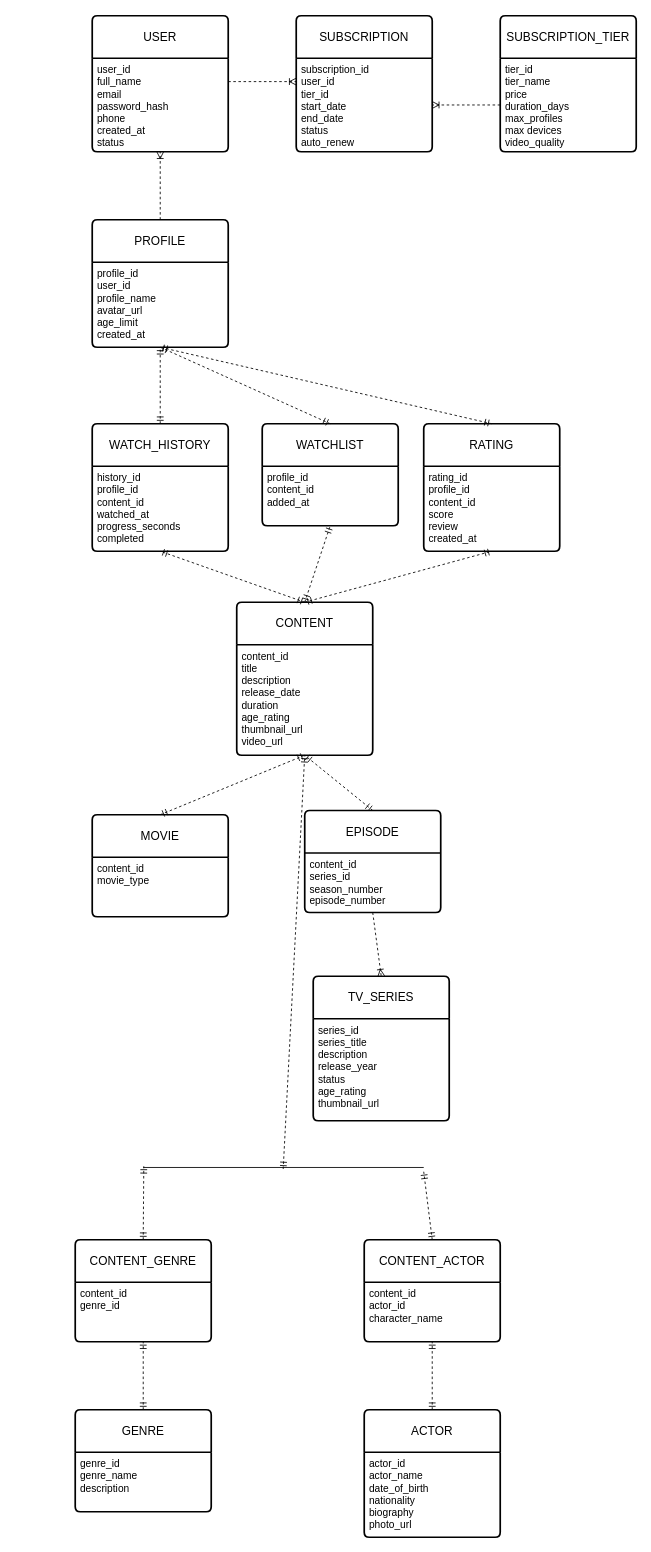
The draw.io diagram docs/mini-netflix.drawio in hnam61617-art/mini-netflix, before the edit. Source tidied: cells renumbered, new cells numbered last; positions are measured from the earlier drawing's top-left corner, leaving out a move shared by most shapes. Both pictures are drawn from the tidied source at 85%, with x=0, y=0 at pixel (75, 15).
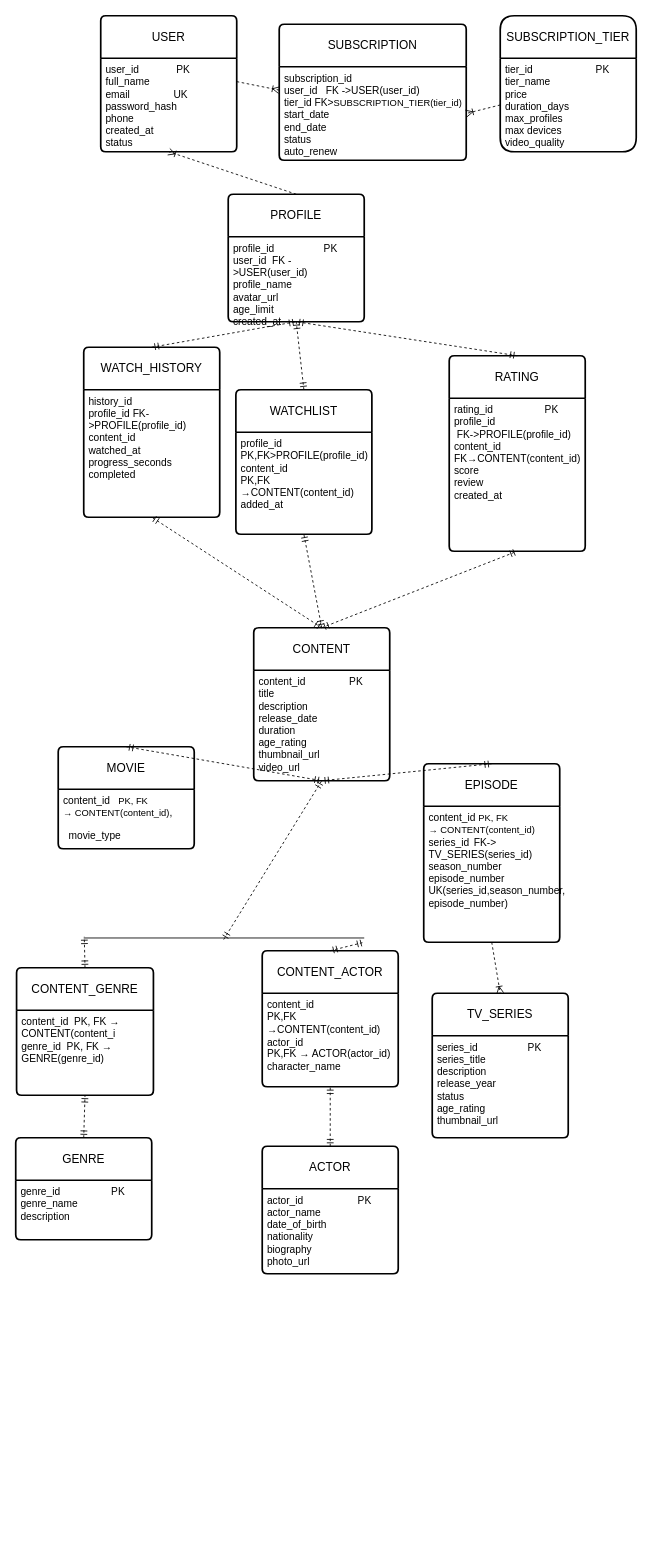
After the change.

Change to the diagram source:
```diff
@@
-    <mxCell id="3" value="SUBSCRIPTION_TIER" style="swimlane;horizontal=1;startSize=50;rounded=1;fontSize=14;fontStyle=0;strokeWidth=2;shadow=0;dashed=0;align=center;arcSize=4;whiteSpace=wrap;html=1;" parent="1" vertex="1">
+    <mxCell id="3" value="SUBSCRIPTION_TIER" style="swimlane;horizontal=1;startSize=50;rounded=1;fontSize=14;fontStyle=0;strokeWidth=2;shadow=0;dashed=0;align=center;arcSize=11;whiteSpace=wrap;html=1;" parent="1" vertex="1">
       <mxGeometry x="500" width="160" height="160" as="geometry" />
     </mxCell>
-    <mxCell id="4" value="tier_id&lt;div&gt;tier_name&lt;/div&gt;&lt;div&gt;price&lt;/div&gt;&lt;div&gt;duration_days&lt;/div&gt;&lt;div&gt;max_profiles&lt;/div&gt;&lt;div&gt;max devices&lt;/div&gt;&lt;div&gt;video_quality&lt;/div&gt;" style="align=left;strokeColor=none;fillColor=none;spacingLeft=4;spacingRight=4;fontSize=12;verticalAlign=top;html=1;whiteSpace=wrap;" parent="3" vertex="1">
+    <mxCell id="4" value="tier_id&lt;span style=&quot;white-space: pre;&quot;&gt;&#9;&lt;/span&gt;&lt;span style=&quot;white-space: pre;&quot;&gt;&#9;&lt;/span&gt;&lt;span style=&quot;white-space: pre;&quot;&gt;&#9;&lt;/span&gt;PK&lt;div&gt;tier_name&lt;/div&gt;&lt;div&gt;price&lt;/div&gt;&lt;div&gt;duration_days&lt;/div&gt;&lt;div&gt;max_profiles&lt;/div&gt;&lt;div&gt;max devices&lt;/div&gt;&lt;div&gt;video_quality&lt;/div&gt;" style="align=left;strokeColor=none;fillColor=none;spacingLeft=4;spacingRight=4;fontSize=12;verticalAlign=top;html=1;whiteSpace=wrap;" parent="3" vertex="1">
       <mxGeometry y="50" width="160" height="110" as="geometry" />
     </mxCell>
@@
     <mxCell id="6" value="SUBSCRIPTION" style="swimlane;horizontal=1;startSize=50;rounded=1;fontSize=14;fontStyle=0;strokeWidth=2;shadow=0;dashed=0;align=center;arcSize=4;whiteSpace=wrap;html=1;" parent="1" vertex="1">
-      <mxGeometry x="260" width="160" height="160" as="geometry" />
+      <mxGeometry x="240" y="10" width="220" height="160" as="geometry" />
     </mxCell>
-    <mxCell id="7" value="subscription_id&lt;div&gt;user_id&lt;/div&gt;&lt;div&gt;tier_id&lt;/div&gt;&lt;div&gt;start_date&lt;/div&gt;&lt;div&gt;end_date&lt;/div&gt;&lt;div&gt;status&lt;/div&gt;&lt;div&gt;auto_renew&lt;/div&gt;" style="align=left;strokeColor=none;fillColor=none;spacingLeft=4;spacingRight=4;fontSize=12;verticalAlign=top;html=1;whiteSpace=wrap;" parent="6" vertex="1">
-      <mxGeometry y="50" width="160" height="110" as="geometry" />
+    <mxCell id="7" value="subscription_id&lt;div&gt;user_id&amp;nbsp; &amp;nbsp;&lt;span style=&quot;background-color: transparent; color: light-dark(rgb(0, 0, 0), rgb(255, 255, 255));&quot;&gt;FK -&amp;gt;&lt;/span&gt;&lt;span style=&quot;background-color: transparent; color: light-dark(rgb(0, 0, 0), rgb(255, 255, 255)); font-family: Calibri, sans-serif;&quot;&gt;USER(user_id)&lt;/span&gt;&lt;/div&gt;&lt;div&gt;tier_id FK&amp;gt;&lt;span style=&quot;text-align: center; background-color: transparent; color: light-dark(rgb(0, 0, 0), rgb(255, 255, 255));&quot;&gt;&lt;font style=&quot;font-size: 11px;&quot;&gt;SUBSCRIPTION_TIER(tier_id)&lt;/font&gt;&lt;/span&gt;&lt;/div&gt;&lt;div&gt;start_date&lt;/div&gt;&lt;div&gt;end_date&lt;/div&gt;&lt;div&gt;status&lt;/div&gt;&lt;div&gt;auto_renew&lt;/div&gt;" style="align=left;strokeColor=none;fillColor=none;spacingLeft=4;spacingRight=4;fontSize=12;verticalAlign=top;html=1;whiteSpace=wrap;" parent="6" vertex="1">
+      <mxGeometry y="50" width="220" height="110" as="geometry" />
     </mxCell>
     <mxCell id="8" value="USER" style="swimlane;horizontal=1;startSize=50;rounded=1;fontSize=14;fontStyle=0;strokeWidth=2;shadow=0;dashed=0;align=center;arcSize=4;whiteSpace=wrap;html=1;" parent="1" vertex="1">
-      <mxGeometry x="20" width="160" height="160" as="geometry" />
+      <mxGeometry x="30" width="160" height="160" as="geometry" />
     </mxCell>
-    <mxCell id="9" value="user_id&lt;div&gt;full_name&lt;/div&gt;&lt;div&gt;email&lt;/div&gt;&lt;div&gt;password_hash&lt;/div&gt;&lt;div&gt;phone&lt;/div&gt;&lt;div&gt;created_at&lt;/div&gt;&lt;div&gt;status&lt;/div&gt;" style="align=left;strokeColor=none;fillColor=none;spacingLeft=4;spacingRight=4;fontSize=12;verticalAlign=top;html=1;whiteSpace=wrap;dashed=1;" parent="8" vertex="1">
+    <mxCell id="9" value="user_id&amp;nbsp; &amp;nbsp; &amp;nbsp;&lt;span style=&quot;white-space: pre;&quot;&gt;&#9;&lt;/span&gt; PK&lt;div&gt;full_name&lt;/div&gt;&lt;div&gt;email&lt;span style=&quot;white-space: pre;&quot;&gt;&#9;&lt;/span&gt;&lt;span style=&quot;white-space: pre;&quot;&gt;&#9;&lt;/span&gt;UK&lt;/div&gt;&lt;div&gt;password_hash&lt;/div&gt;&lt;div&gt;phone&lt;/div&gt;&lt;div&gt;created_at&lt;/div&gt;&lt;div&gt;status&lt;/div&gt;" style="align=left;strokeColor=none;fillColor=none;spacingLeft=4;spacingRight=4;fontSize=12;verticalAlign=top;html=1;whiteSpace=wrap;dashed=1;" parent="8" vertex="1">
       <mxGeometry y="50" width="160" height="110" as="geometry" />
     </mxCell>
     <mxCell id="10" value="WATCHLIST" style="swimlane;horizontal=1;startSize=50;rounded=1;fontSize=14;fontStyle=0;strokeWidth=2;shadow=0;dashed=0;align=center;arcSize=4;whiteSpace=wrap;html=1;" parent="1" vertex="1">
-      <mxGeometry x="220" y="480" width="160" height="120" as="geometry" />
+      <mxGeometry x="189" y="440" width="160" height="170" as="geometry" />
     </mxCell>
-    <mxCell id="11" value="profile_id&lt;div&gt;content_id&lt;/div&gt;&lt;div&gt;added_at&lt;/div&gt;" style="align=left;strokeColor=none;fillColor=none;spacingLeft=4;spacingRight=4;fontSize=12;verticalAlign=top;html=1;whiteSpace=wrap;dashed=1;" parent="10" vertex="1">
-      <mxGeometry y="50" width="160" height="70" as="geometry" />
+    <mxCell id="11" value="profile_id&amp;nbsp;&lt;div&gt;PK,FK&amp;gt;PROFILE(profile_id)&lt;div&gt;content_id&amp;nbsp;&lt;/div&gt;&lt;div&gt;&lt;span style=&quot;font-family: Calibri, sans-serif; background-color: transparent; color: light-dark(rgb(0, 0, 0), rgb(255, 255, 255));&quot;&gt;&lt;font style=&quot;font-size: 12px;&quot;&gt;PK,&lt;/font&gt;&lt;/span&gt;&lt;span style=&quot;background-color: transparent; color: light-dark(rgb(0, 0, 0), rgb(255, 255, 255)); font-family: Calibri, sans-serif;&quot;&gt;FK →CONTENT(content_id)&lt;/span&gt;&lt;span style=&quot;font-family: Calibri, sans-serif; background-color: transparent; color: light-dark(rgb(0, 0, 0), rgb(255, 255, 255));&quot;&gt;&lt;font style=&quot;font-size: 12px;&quot;&gt;&lt;/font&gt;&lt;/span&gt;&lt;/div&gt;&lt;div&gt;added_at&lt;/div&gt;&lt;/div&gt;" style="align=left;strokeColor=none;fillColor=none;spacingLeft=4;spacingRight=4;fontSize=12;verticalAlign=top;html=1;whiteSpace=wrap;dashed=1;" parent="10" vertex="1">
+      <mxGeometry y="50" width="160" height="120" as="geometry" />
     </mxCell>
     <mxCell id="12" value="WATCH_HISTORY" style="swimlane;horizontal=1;startSize=50;rounded=1;fontSize=14;fontStyle=0;strokeWidth=2;shadow=0;dashed=0;align=center;arcSize=4;whiteSpace=wrap;html=1;" parent="1" vertex="1">
-      <mxGeometry x="20" y="480" width="160" height="150" as="geometry" />
+      <mxGeometry x="10" y="390" width="160" height="200" as="geometry" />
     </mxCell>
-    <mxCell id="13" value="history_id&lt;div&gt;profile_id&lt;/div&gt;&lt;div&gt;content_id&lt;/div&gt;&lt;div&gt;watched_at&lt;/div&gt;&lt;div&gt;progress_seconds&lt;/div&gt;&lt;div&gt;completed&lt;/div&gt;" style="align=left;strokeColor=none;fillColor=none;spacingLeft=4;spacingRight=4;fontSize=12;verticalAlign=top;html=1;whiteSpace=wrap;dashed=1;" parent="12" vertex="1">
-      <mxGeometry y="50" width="160" height="100" as="geometry" />
+    <mxCell id="13" value="history_id&lt;div&gt;profile_id FK-&amp;gt;PROFILE(profile_id)&lt;/div&gt;&lt;div&gt;content_id&lt;/div&gt;&lt;div&gt;watched_at&lt;/div&gt;&lt;div&gt;progress_seconds&lt;/div&gt;&lt;div&gt;completed&lt;/div&gt;" style="align=left;strokeColor=none;fillColor=none;spacingLeft=4;spacingRight=4;fontSize=12;verticalAlign=top;html=1;whiteSpace=wrap;dashed=1;" parent="12" vertex="1">
+      <mxGeometry y="50" width="160" height="150" as="geometry" />
     </mxCell>
     <mxCell id="14" value="PROFILE" style="swimlane;horizontal=1;startSize=50;rounded=1;fontSize=14;fontStyle=0;strokeWidth=2;shadow=0;dashed=0;align=center;arcSize=4;whiteSpace=wrap;html=1;" parent="1" vertex="1">
-      <mxGeometry x="20" y="240" width="160" height="150" as="geometry" />
+      <mxGeometry x="180" y="210" width="160" height="150" as="geometry" />
     </mxCell>
-    <mxCell id="15" value="profile_id&lt;div&gt;user_id&lt;/div&gt;&lt;div&gt;profile_name&lt;/div&gt;&lt;div&gt;avatar_url&lt;/div&gt;&lt;div&gt;age_limit&lt;/div&gt;&lt;div&gt;created_at&lt;/div&gt;" style="align=left;strokeColor=none;fillColor=none;spacingLeft=4;spacingRight=4;fontSize=12;verticalAlign=top;html=1;whiteSpace=wrap;dashed=1;" parent="14" vertex="1">
+    <mxCell id="15" value="profile_id&amp;nbsp;&lt;span style=&quot;white-space: pre;&quot;&gt;&#9;&lt;/span&gt;&lt;span style=&quot;white-space: pre;&quot;&gt;&#9;&lt;/span&gt;PK&lt;div&gt;&lt;font style=&quot;font-size: 12px;&quot;&gt;user_id&amp;nbsp; FK -&amp;gt;&lt;span style=&quot;font-family: Calibri, sans-serif; background-color: transparent; color: light-dark(rgb(0, 0, 0), rgb(255, 255, 255));&quot;&gt;&lt;font style=&quot;&quot;&gt;USE&lt;/font&gt;&lt;font style=&quot;&quot;&gt;R(user_id)&lt;/font&gt;&lt;/span&gt;&lt;/font&gt;&lt;/div&gt;&lt;div&gt;profile_name&lt;/div&gt;&lt;div&gt;avatar_url&lt;/div&gt;&lt;div&gt;age_limit&lt;/div&gt;&lt;div&gt;created_at&lt;/div&gt;" style="align=left;strokeColor=none;fillColor=none;spacingLeft=4;spacingRight=4;fontSize=12;verticalAlign=top;html=1;whiteSpace=wrap;dashed=1;" parent="14" vertex="1">
       <mxGeometry y="50" width="160" height="100" as="geometry" />
     </mxCell>
     <mxCell id="16" value="CONTENT" style="swimlane;horizontal=1;startSize=50;rounded=1;fontSize=14;fontStyle=0;strokeWidth=2;shadow=0;dashed=0;align=center;arcSize=4;whiteSpace=wrap;html=1;" parent="1" vertex="1">
-      <mxGeometry x="190" y="690" width="160" height="180" as="geometry" />
+      <mxGeometry x="210" y="720" width="160" height="180" as="geometry" />
     </mxCell>
-    <mxCell id="17" value="content_id&lt;div&gt;title&lt;/div&gt;&lt;div&gt;description&lt;/div&gt;&lt;div&gt;release_date&lt;/div&gt;&lt;div&gt;duration&lt;/div&gt;&lt;div&gt;age_rating&lt;/div&gt;&lt;div&gt;thumbnail_url&lt;/div&gt;&lt;div&gt;video_url&lt;/div&gt;" style="align=left;strokeColor=none;fillColor=none;spacingLeft=4;spacingRight=4;fontSize=12;verticalAlign=top;html=1;whiteSpace=wrap;dashed=1;" parent="16" vertex="1">
+    <mxCell id="17" value="content_id&amp;nbsp; &amp;nbsp;&lt;span style=&quot;white-space: pre;&quot;&gt;&#9;&lt;/span&gt;&lt;span style=&quot;white-space: pre;&quot;&gt;&#9;&lt;/span&gt;PK&lt;div&gt;title&lt;/div&gt;&lt;div&gt;description&lt;/div&gt;&lt;div&gt;release_date&lt;/div&gt;&lt;div&gt;duration&lt;/div&gt;&lt;div&gt;age_rating&lt;/div&gt;&lt;div&gt;thumbnail_url&lt;/div&gt;&lt;div&gt;video_url&lt;/div&gt;" style="align=left;strokeColor=none;fillColor=none;spacingLeft=4;spacingRight=4;fontSize=12;verticalAlign=top;html=1;whiteSpace=wrap;dashed=1;" parent="16" vertex="1">
       <mxGeometry y="50" width="160" height="130" as="geometry" />
     </mxCell>
     <mxCell id="18" value="MOVIE" style="swimlane;horizontal=1;startSize=50;rounded=1;fontSize=14;fontStyle=0;strokeWidth=2;shadow=0;dashed=0;align=center;arcSize=4;whiteSpace=wrap;html=1;" parent="1" vertex="1">
-      <mxGeometry x="20" y="940" width="160" height="120" as="geometry" />
+      <mxGeometry x="-20" y="860" width="160" height="120" as="geometry" />
     </mxCell>
-    <mxCell id="19" value="content_id&lt;div&gt;movie_type&lt;/div&gt;" style="align=left;strokeColor=none;fillColor=none;spacingLeft=4;spacingRight=4;fontSize=12;verticalAlign=top;html=1;whiteSpace=wrap;dashed=1;" parent="18" vertex="1">
+    <mxCell id="19" value="content_id&amp;nbsp;&amp;nbsp;&lt;span style=&quot;background-color: transparent; color: light-dark(rgb(0, 0, 0), rgb(255, 255, 255));&quot;&gt;&lt;font style=&quot;font-size: 11px;&quot;&gt;&amp;nbsp;PK, FK&lt;br&gt;→ CONTENT(content_id)&lt;/font&gt;,&lt;/span&gt;&lt;p class=&quot;MsoNormal&quot;&gt;&amp;nbsp; movie_type&lt;/p&gt;" style="align=left;strokeColor=none;fillColor=none;spacingLeft=4;spacingRight=4;fontSize=12;verticalAlign=top;html=1;whiteSpace=wrap;dashed=1;" parent="18" vertex="1">
       <mxGeometry y="50" width="160" height="70" as="geometry" />
     </mxCell>
     <mxCell id="20" value="TV_SERIES" style="swimlane;horizontal=1;startSize=50;rounded=1;fontSize=14;fontStyle=0;strokeWidth=2;shadow=0;dashed=0;align=center;arcSize=4;whiteSpace=wrap;html=1;" parent="1" vertex="1">
-      <mxGeometry x="280" y="1130" width="160" height="170" as="geometry" />
+      <mxGeometry x="420" y="1150" width="160" height="170" as="geometry" />
     </mxCell>
-    <mxCell id="21" value="series_id&lt;div&gt;series_title&lt;/div&gt;&lt;div&gt;description&lt;/div&gt;&lt;div&gt;release_year&lt;/div&gt;&lt;div&gt;status&lt;/div&gt;&lt;div&gt;age_rating&lt;/div&gt;&lt;div&gt;thumbnail_url&lt;/div&gt;" style="align=left;strokeColor=none;fillColor=none;spacingLeft=4;spacingRight=4;fontSize=12;verticalAlign=top;html=1;whiteSpace=wrap;dashed=1;" parent="20" vertex="1">
+    <mxCell id="21" value="series_id &lt;span style=&quot;white-space: pre;&quot;&gt;&#9;&lt;/span&gt;&lt;span style=&quot;white-space: pre;&quot;&gt;&#9;&lt;/span&gt;&lt;span style=&quot;white-space: pre;&quot;&gt;&#9;&lt;/span&gt;PK&lt;div&gt;series_title&lt;/div&gt;&lt;div&gt;description&lt;/div&gt;&lt;div&gt;release_year&lt;/div&gt;&lt;div&gt;status&lt;/div&gt;&lt;div&gt;age_rating&lt;/div&gt;&lt;div&gt;thumbnail_url&lt;/div&gt;" style="align=left;strokeColor=none;fillColor=none;spacingLeft=4;spacingRight=4;fontSize=12;verticalAlign=top;html=1;whiteSpace=wrap;dashed=1;" parent="20" vertex="1">
       <mxGeometry y="50" width="160" height="120" as="geometry" />
     </mxCell>
     <mxCell id="22" value="EPISODE" style="swimlane;horizontal=1;startSize=50;rounded=1;fontSize=14;fontStyle=0;strokeWidth=2;shadow=0;dashed=0;align=center;arcSize=4;whiteSpace=wrap;html=1;" parent="1" vertex="1">
-      <mxGeometry x="270" y="935" width="160" height="120" as="geometry" />
+      <mxGeometry x="410" y="880" width="160" height="210" as="geometry" />
     </mxCell>
-    <mxCell id="23" value="content_id&lt;div&gt;series_id&lt;/div&gt;&lt;div&gt;season_number&lt;/div&gt;&lt;div&gt;episode_number&lt;/div&gt;" style="align=left;strokeColor=none;fillColor=none;spacingLeft=4;spacingRight=4;fontSize=12;verticalAlign=top;html=1;whiteSpace=wrap;dashed=1;" parent="22" vertex="1">
-      <mxGeometry y="50" width="160" height="70" as="geometry" />
+    <mxCell id="23" value="content_id&amp;nbsp;&lt;span style=&quot;font-size: 11px;&quot;&gt;PK, FK&lt;/span&gt;&lt;br style=&quot;font-size: 11px;&quot;&gt;&lt;span style=&quot;font-size: 11px;&quot;&gt;→ CONTENT(content_id)&lt;/span&gt;&lt;div&gt;series_id&lt;span style=&quot;white-space: pre;&quot;&gt;&#9;&lt;/span&gt;FK-&amp;gt; TV_SERIES(&lt;span style=&quot;background-color: transparent; color: light-dark(rgb(0, 0, 0), rgb(255, 255, 255));&quot;&gt;series_id&lt;/span&gt;&lt;span style=&quot;background-color: transparent; color: light-dark(rgb(0, 0, 0), rgb(255, 255, 255));&quot;&gt;)&lt;/span&gt;&lt;span style=&quot;background-color: transparent; color: light-dark(rgb(0, 0, 0), rgb(255, 255, 255)); white-space: pre;&quot;&gt;&#9;&lt;/span&gt;&lt;span style=&quot;background-color: transparent; color: light-dark(rgb(0, 0, 0), rgb(255, 255, 255)); white-space: pre;&quot;&gt;&#9;&lt;/span&gt;&lt;/div&gt;&lt;div&gt;season_number&lt;/div&gt;&lt;div&gt;episode_number&lt;/div&gt;&lt;div&gt;&lt;span style=&quot;line-height: 115%; font-family: Calibri, sans-serif;&quot;&gt;&lt;font style=&quot;font-size: 12px;&quot;&gt;UK(series_id,season_number, episode_number)&lt;/font&gt;&lt;/span&gt;&lt;/div&gt;" style="align=left;strokeColor=none;fillColor=none;spacingLeft=4;spacingRight=4;fontSize=12;verticalAlign=top;html=1;whiteSpace=wrap;dashed=1;" parent="22" vertex="1">
+      <mxGeometry y="50" width="160" height="160" as="geometry" />
     </mxCell>
     <mxCell id="24" value="GENRE" style="swimlane;horizontal=1;startSize=50;rounded=1;fontSize=14;fontStyle=0;strokeWidth=2;shadow=0;dashed=0;align=center;arcSize=4;whiteSpace=wrap;html=1;" parent="1" vertex="1">
-      <mxGeometry y="1640" width="160" height="120" as="geometry" />
+      <mxGeometry x="-70" y="1320" width="160" height="120" as="geometry" />
     </mxCell>
-    <mxCell id="25" value="genre_id&lt;div&gt;genre_name&lt;/div&gt;&lt;div&gt;description&lt;/div&gt;" style="align=left;strokeColor=none;fillColor=none;spacingLeft=4;spacingRight=4;fontSize=12;verticalAlign=top;html=1;whiteSpace=wrap;dashed=1;" parent="24" vertex="1">
+    <mxCell id="25" value="genre_id&lt;span style=&quot;white-space: pre;&quot;&gt;&#9;&lt;/span&gt;&lt;span style=&quot;white-space: pre;&quot;&gt;&#9;&lt;/span&gt;&lt;span style=&quot;white-space: pre;&quot;&gt;&#9;&lt;/span&gt;PK&lt;div&gt;genre_name&lt;/div&gt;&lt;div&gt;description&lt;/div&gt;" style="align=left;strokeColor=none;fillColor=none;spacingLeft=4;spacingRight=4;fontSize=12;verticalAlign=top;html=1;whiteSpace=wrap;dashed=1;" parent="24" vertex="1">
       <mxGeometry y="50" width="160" height="70" as="geometry" />
     </mxCell>
     <mxCell id="26" value="CONTENT_GENRE" style="swimlane;horizontal=1;startSize=50;rounded=1;fontSize=14;fontStyle=0;strokeWidth=2;shadow=0;dashed=0;align=center;arcSize=4;whiteSpace=wrap;html=1;" parent="1" vertex="1">
-      <mxGeometry y="1440" width="160" height="120" as="geometry" />
+      <mxGeometry x="-69" y="1120" width="161" height="150" as="geometry" />
     </mxCell>
-    <mxCell id="27" value="content_id&lt;div&gt;genre_id&lt;/div&gt;" style="align=left;strokeColor=none;fillColor=none;spacingLeft=4;spacingRight=4;fontSize=12;verticalAlign=top;html=1;whiteSpace=wrap;dashed=1;" parent="26" vertex="1">
-      <mxGeometry y="50" width="160" height="70" as="geometry" />
+    <mxCell id="27" value="content_id&amp;nbsp; PK, FK → CONTENT(content_i&lt;div&gt;genre_id&amp;nbsp; &lt;font style=&quot;font-size: 12px;&quot;&gt;PK, FK → GENRE(genre_id)&lt;/font&gt;&lt;/div&gt;" style="align=left;strokeColor=none;fillColor=none;spacingLeft=4;spacingRight=4;fontSize=12;verticalAlign=top;html=1;whiteSpace=wrap;dashed=1;" parent="26" vertex="1">
+      <mxGeometry y="50" width="161" height="100" as="geometry" />
     </mxCell>
     <mxCell id="28" value="ACTOR" style="swimlane;horizontal=1;startSize=50;rounded=1;fontSize=14;fontStyle=0;strokeWidth=2;shadow=0;dashed=0;align=center;arcSize=4;whiteSpace=wrap;html=1;" parent="1" vertex="1">
-      <mxGeometry x="340" y="1640" width="160" height="150" as="geometry" />
+      <mxGeometry x="220" y="1330" width="160" height="150" as="geometry" />
     </mxCell>
-    <mxCell id="29" value="actor_id&lt;div&gt;actor_name&lt;/div&gt;&lt;div&gt;date_of_birth&lt;/div&gt;&lt;div&gt;nationality&lt;/div&gt;&lt;div&gt;biography&lt;/div&gt;&lt;div&gt;photo_url&lt;/div&gt;" style="align=left;strokeColor=none;fillColor=none;spacingLeft=4;spacingRight=4;fontSize=12;verticalAlign=top;html=1;whiteSpace=wrap;dashed=1;" parent="28" vertex="1">
+    <mxCell id="29" value="actor_id&lt;span style=&quot;white-space: pre;&quot;&gt;&#9;&lt;/span&gt;&lt;span style=&quot;white-space: pre;&quot;&gt;&#9;&lt;/span&gt;&lt;span style=&quot;white-space: pre;&quot;&gt;&#9;&lt;/span&gt;PK&lt;div&gt;actor_name&lt;/div&gt;&lt;div&gt;date_of_birth&lt;/div&gt;&lt;div&gt;nationality&lt;/div&gt;&lt;div&gt;biography&lt;/div&gt;&lt;div&gt;photo_url&lt;/div&gt;" style="align=left;strokeColor=none;fillColor=none;spacingLeft=4;spacingRight=4;fontSize=12;verticalAlign=top;html=1;whiteSpace=wrap;dashed=1;" parent="28" vertex="1">
       <mxGeometry y="50" width="160" height="100" as="geometry" />
     </mxCell>
     <mxCell id="30" value="CONTENT_ACTOR" style="swimlane;horizontal=1;startSize=50;rounded=1;fontSize=14;fontStyle=0;strokeWidth=2;shadow=0;dashed=0;align=center;arcSize=4;whiteSpace=wrap;html=1;" parent="1" vertex="1">
-      <mxGeometry x="340" y="1440" width="160" height="120" as="geometry" />
+      <mxGeometry x="220" y="1100" width="160" height="160" as="geometry" />
     </mxCell>
-    <mxCell id="31" value="content_id&lt;div&gt;actor_id&lt;/div&gt;&lt;div&gt;character_name&lt;/div&gt;" style="align=left;strokeColor=none;fillColor=none;spacingLeft=4;spacingRight=4;fontSize=12;verticalAlign=top;html=1;whiteSpace=wrap;dashed=1;" parent="30" vertex="1">
-      <mxGeometry y="50" width="160" height="70" as="geometry" />
+    <mxCell id="31" value="content_id&lt;div&gt;&lt;span style=&quot;line-height: 115%; font-family: Calibri, sans-serif;&quot;&gt;&lt;font style=&quot;font-size: 12px;&quot;&gt;PK,FK →CONTENT(content_id)&lt;/font&gt;&lt;/span&gt;&lt;br&gt;&lt;div&gt;actor_id&lt;/div&gt;&lt;div&gt;&lt;span style=&quot;line-height: 115%; font-family: Calibri, sans-serif;&quot;&gt;&lt;font style=&quot;font-size: 12px;&quot;&gt;PK,FK → ACTOR(actor_id)&lt;/font&gt;&lt;/span&gt;&lt;/div&gt;&lt;div&gt;character_name&lt;/div&gt;&lt;/div&gt;" style="align=left;strokeColor=none;fillColor=none;spacingLeft=4;spacingRight=4;fontSize=12;verticalAlign=top;html=1;whiteSpace=wrap;dashed=1;" parent="30" vertex="1">
+      <mxGeometry y="50" width="160" height="110" as="geometry" />
     </mxCell>
     <mxCell id="32" value="RATING" style="swimlane;horizontal=1;startSize=50;rounded=1;fontSize=14;fontStyle=0;strokeWidth=2;shadow=0;dashed=0;align=center;arcSize=4;whiteSpace=wrap;html=1;" parent="1" vertex="1">
-      <mxGeometry x="410" y="480" width="160" height="150" as="geometry" />
+      <mxGeometry x="440" y="400" width="160" height="230" as="geometry" />
     </mxCell>
-    <mxCell id="33" value="rating_id&lt;div&gt;profile_id&lt;/div&gt;&lt;div&gt;content_id&lt;/div&gt;&lt;div&gt;score&lt;/div&gt;&lt;div&gt;review&lt;/div&gt;&lt;div&gt;created_at&lt;/div&gt;" style="align=left;strokeColor=none;fillColor=none;spacingLeft=4;spacingRight=4;fontSize=12;verticalAlign=top;html=1;whiteSpace=wrap;dashed=1;" parent="32" vertex="1">
-      <mxGeometry y="50" width="160" height="100" as="geometry" />
+    <mxCell id="33" value="rating_id&amp;nbsp;&lt;span style=&quot;white-space: pre;&quot;&gt;&#9;&lt;/span&gt;&lt;span style=&quot;white-space: pre;&quot;&gt;&#9;&lt;/span&gt;&lt;span style=&quot;white-space: pre;&quot;&gt;&#9;&lt;/span&gt;PK&lt;div&gt;profile_id&amp;nbsp;&lt;/div&gt;&lt;div&gt;&lt;span style=&quot;background-color: transparent; color: light-dark(rgb(0, 0, 0), rgb(255, 255, 255));&quot;&gt;&amp;nbsp;&lt;/span&gt;&lt;span style=&quot;background-color: transparent; color: light-dark(rgb(0, 0, 0), rgb(255, 255, 255));&quot;&gt;FK-&amp;gt;PROFILE(profile_id)&lt;/span&gt;&lt;/div&gt;&lt;div&gt;content_id&amp;nbsp;&lt;/div&gt;&lt;div&gt;&lt;span style=&quot;font-family: Calibri, sans-serif; background-color: transparent; color: light-dark(rgb(0, 0, 0), rgb(255, 255, 255));&quot;&gt;&lt;font style=&quot;font-size: 12px;&quot;&gt;FK→CONTENT(content_id)&lt;/font&gt;&lt;/span&gt;&lt;/div&gt;&lt;div&gt;score&lt;/div&gt;&lt;div&gt;review&lt;/div&gt;&lt;div&gt;created_at&lt;/div&gt;" style="align=left;strokeColor=none;fillColor=none;spacingLeft=4;spacingRight=4;fontSize=12;verticalAlign=top;html=1;whiteSpace=wrap;dashed=1;" parent="32" vertex="1">
+      <mxGeometry y="50" width="160" height="180" as="geometry" />
     </mxCell>
@@
     <mxCell id="44" style="line;strokeWidth=1;dashed=0;labelPosition=right;align=left;verticalAlign=middle;spacingTop=0;spacingLeft=6;points=[];portConstraint=eastwest;" parent="1" vertex="1">
-      <mxGeometry x="80" y="1350" width="330" height="10" as="geometry" />
+      <mxGeometry x="10" y="1080" width="330" height="10" as="geometry" />
     </mxCell>
```
